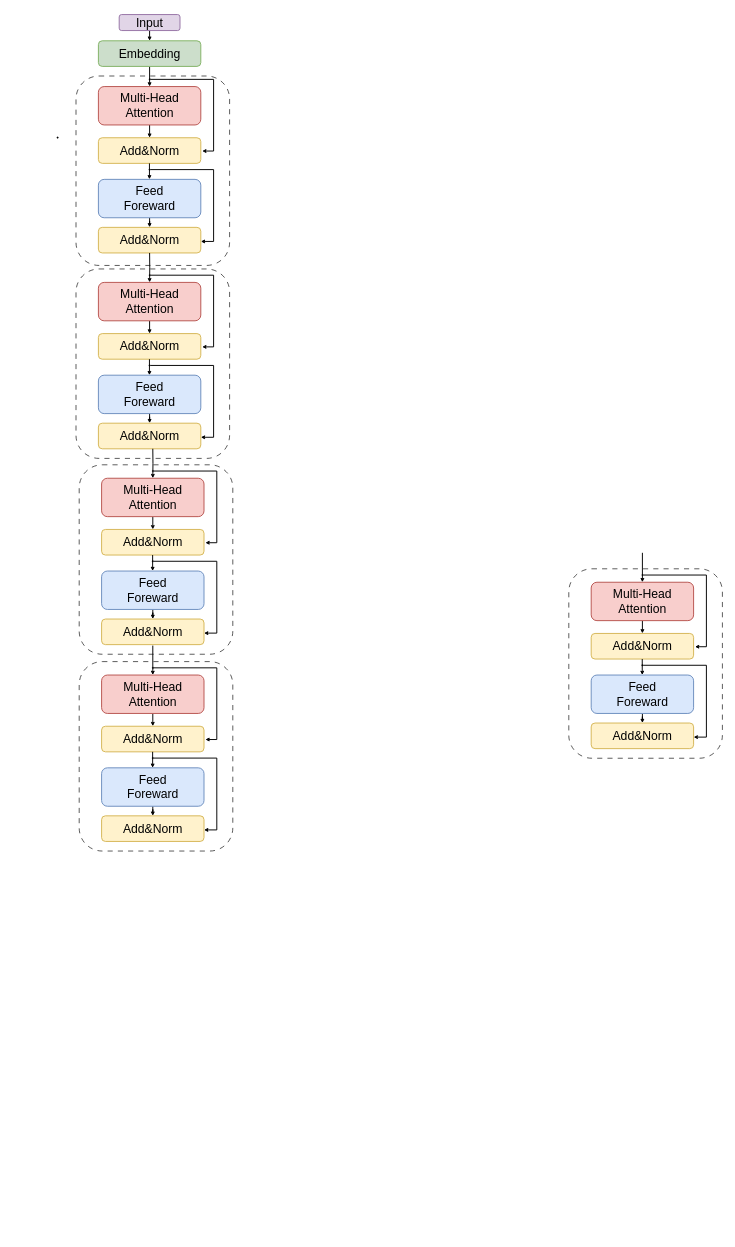
The draw.io diagram trans.drawio in paprika0741/Plot, before the edit. Source tidied: cells renumbered, new cells numbered last; positions are measured from the earlier drawing's top-left corner, leaving out a move shared by most shapes. Both pictures are drawn from the tidied source at 32%, with x=0, y=0 at pixel (5, 5).
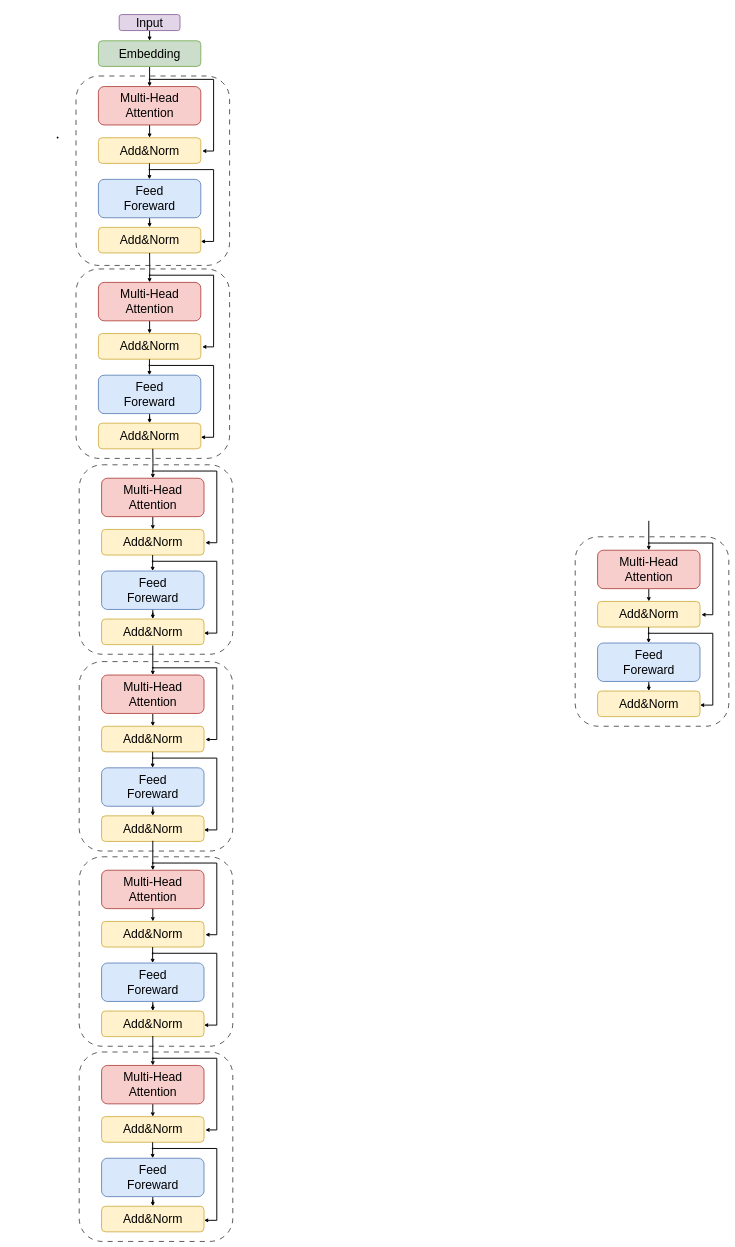
Above is the later version.

Diff of the diagram source:
```diff
@@
     <mxCell id="50" style="group;" parent="1" vertex="1">
-      <mxGeometry x="1760" y="1710" width="480" height="642" as="geometry" />
+      <mxGeometry x="1780" y="1610" width="480" height="642" as="geometry" />
     </mxCell>
@@
+    <mxCell id="82" style="group;" parent="1" vertex="1">
+      <mxGeometry x="230" y="2610" width="480" height="642" as="geometry" />
+    </mxCell>
+    <mxCell id="83" style="group;" parent="82" vertex="1">
+      <mxGeometry y="50" width="480" height="592" as="geometry" />
+    </mxCell>
+    <mxCell id="84" style="rounded=1;whiteSpace=wrap;html=1;fillColor=none;strokeWidth=2;dashed=1;dashPattern=8 8;" parent="83" vertex="1">
+      <mxGeometry width="480" height="592" as="geometry" />
+    </mxCell>
+    <mxCell id="85" style="edgeStyle=orthogonalEdgeStyle;rounded=0;jettySize=auto;html=1;strokeWidth=3;" parent="83" edge="1" source="86" target="87">
+      <mxGeometry relative="1" as="geometry" />
+    </mxCell>
+    <mxCell id="86" value="&lt;div&gt;&lt;font style=&quot;font-size: 38px;&quot;&gt;&lt;br&gt;&lt;/font&gt;&lt;/div&gt;&lt;font style=&quot;font-size: 38px;&quot;&gt;Multi-Head&lt;/font&gt;&lt;div&gt;&lt;span style=&quot;font-size: 38px;&quot;&gt;Attention&lt;br&gt;&lt;/span&gt;&lt;div&gt;&lt;font style=&quot;font-size: 38px;&quot;&gt;&lt;br&gt;&lt;/font&gt;&lt;/div&gt;&lt;/div&gt;" style="rounded=1;whiteSpace=wrap;html=1;fillColor=#f8cecc;strokeColor=#b85450;strokeWidth=3;" parent="83" vertex="1">
+      <mxGeometry x="70" y="42" width="320" height="120" as="geometry" />
+    </mxCell>
+    <mxCell id="87" value="&lt;font style=&quot;font-size: 38px;&quot;&gt;Add&amp;amp;Norm&lt;/font&gt;" style="rounded=1;whiteSpace=wrap;html=1;fillColor=#fff2cc;strokeColor=#d6b656;strokeWidth=3;" parent="83" vertex="1">
+      <mxGeometry x="70" y="202" width="320" height="80" as="geometry" />
+    </mxCell>
+    <mxCell id="88" style="ellipse;whiteSpace=wrap;html=1;fillColor=#000000;" parent="83" vertex="1">
+      <mxGeometry x="228" y="17" width="5" height="5" as="geometry" />
+    </mxCell>
+    <mxCell id="89" style="edgeStyle=orthogonalEdgeStyle;rounded=0;jettySize=auto;html=1;exitX=1;exitY=0.5;exitDx=0;exitDy=0;entryX=1.013;entryY=0.519;entryDx=0;entryDy=0;entryPerimeter=0;strokeWidth=3;" parent="83" edge="1" source="88" target="87">
+      <mxGeometry relative="1" as="geometry">
+        <Array as="points">
+          <mxPoint x="430" y="20" />
+          <mxPoint x="430" y="244" />
+        </Array>
+      </mxGeometry>
+    </mxCell>
+    <mxCell id="90" style="edgeStyle=orthogonalEdgeStyle;rounded=0;jettySize=auto;html=1;strokeWidth=3;" parent="83" edge="1" target="92">
+      <mxGeometry relative="1" as="geometry">
+        <mxPoint x="229.5" y="282" as="sourcePoint" />
+        <Array as="points">
+          <mxPoint x="230" y="282" />
+        </Array>
+      </mxGeometry>
+    </mxCell>
+    <mxCell id="91" style="edgeStyle=orthogonalEdgeStyle;rounded=0;jettySize=auto;html=1;strokeWidth=3;" parent="83" edge="1" source="92" target="95">
+      <mxGeometry relative="1" as="geometry" />
+    </mxCell>
+    <mxCell id="92" value="&lt;div&gt;&lt;font style=&quot;font-size: 38px;&quot;&gt;&lt;br&gt;&lt;/font&gt;&lt;/div&gt;&lt;font style=&quot;font-size: 38px;&quot;&gt;Feed&lt;/font&gt;&lt;div&gt;&lt;span style=&quot;font-size: 38px;&quot;&gt;Foreward&lt;br&gt;&lt;/span&gt;&lt;div&gt;&lt;font style=&quot;font-size: 38px;&quot;&gt;&lt;br&gt;&lt;/font&gt;&lt;/div&gt;&lt;/div&gt;" style="rounded=1;whiteSpace=wrap;html=1;fillColor=#dae8fc;strokeColor=#6c8ebf;strokeWidth=3;points=[[0,0,0,0,0],[0,0.25,0,0,0],[0,0.5,0,0,0],[0,0.75,0,0,0],[0,1,0,0,0],[0.25,0,0,0,0],[0.25,1,0,0,0],[0.5,0,0,0,0],[0.5,1,0,0,0],[0.75,0,0,0,0],[0.75,1,0,0,0],[1,0,0,0,0],[1,0.25,0,0,0],[1,0.5,0,0,0],[1,0.75,0,0,0],[1,1,0,0,0]];" parent="83" vertex="1">
+      <mxGeometry x="70" y="332" width="320" height="120" as="geometry" />
+    </mxCell>
+    <mxCell id="93" style="ellipse;whiteSpace=wrap;html=1;fillColor=#000000;" parent="83" vertex="1">
+      <mxGeometry x="227.5" y="299" width="5" height="5" as="geometry" />
+    </mxCell>
+    <mxCell id="94" style="edgeStyle=orthogonalEdgeStyle;rounded=0;jettySize=auto;html=1;exitX=1;exitY=0.5;exitDx=0;exitDy=0;strokeWidth=3;" parent="83" edge="1" source="93" target="95">
+      <mxGeometry relative="1" as="geometry">
+        <Array as="points">
+          <mxPoint x="430" y="302" />
+          <mxPoint x="430" y="526" />
+        </Array>
+      </mxGeometry>
+    </mxCell>
+    <mxCell id="95" value="&lt;font style=&quot;font-size: 38px;&quot;&gt;Add&amp;amp;Norm&lt;/font&gt;" style="rounded=1;whiteSpace=wrap;html=1;fillColor=#fff2cc;strokeColor=#d6b656;strokeWidth=3;" parent="83" vertex="1">
+      <mxGeometry x="70" y="482" width="320" height="80" as="geometry" />
+    </mxCell>
+    <mxCell id="96" style="edgeStyle=orthogonalEdgeStyle;rounded=0;orthogonalLoop=1;jettySize=auto;html=1;exitX=0.5;exitY=1;exitDx=0;exitDy=0;" parent="83" edge="1" source="92" target="92">
+      <mxGeometry relative="1" as="geometry" />
+    </mxCell>
+    <mxCell id="97" style="edgeStyle=orthogonalEdgeStyle;rounded=0;orthogonalLoop=1;jettySize=auto;html=1;strokeWidth=3;" parent="82" edge="1">
+      <mxGeometry relative="1" as="geometry">
+        <mxPoint x="230" as="sourcePoint" />
+        <mxPoint x="230" y="92" as="targetPoint" />
+      </mxGeometry>
+    </mxCell>
+    <mxCell id="98" style="group;" parent="1" vertex="1">
+      <mxGeometry x="230" y="3220" width="480" height="642" as="geometry" />
+    </mxCell>
+    <mxCell id="99" style="group;" parent="98" vertex="1">
+      <mxGeometry y="50" width="480" height="592" as="geometry" />
+    </mxCell>
+    <mxCell id="100" style="rounded=1;whiteSpace=wrap;html=1;fillColor=none;strokeWidth=2;dashed=1;dashPattern=8 8;" parent="99" vertex="1">
+      <mxGeometry width="480" height="592" as="geometry" />
+    </mxCell>
+    <mxCell id="101" style="edgeStyle=orthogonalEdgeStyle;rounded=0;jettySize=auto;html=1;strokeWidth=3;" parent="99" edge="1" source="102" target="103">
+      <mxGeometry relative="1" as="geometry" />
+    </mxCell>
+    <mxCell id="102" value="&lt;div&gt;&lt;font style=&quot;font-size: 38px;&quot;&gt;&lt;br&gt;&lt;/font&gt;&lt;/div&gt;&lt;font style=&quot;font-size: 38px;&quot;&gt;Multi-Head&lt;/font&gt;&lt;div&gt;&lt;span style=&quot;font-size: 38px;&quot;&gt;Attention&lt;br&gt;&lt;/span&gt;&lt;div&gt;&lt;font style=&quot;font-size: 38px;&quot;&gt;&lt;br&gt;&lt;/font&gt;&lt;/div&gt;&lt;/div&gt;" style="rounded=1;whiteSpace=wrap;html=1;fillColor=#f8cecc;strokeColor=#b85450;strokeWidth=3;" parent="99" vertex="1">
+      <mxGeometry x="70" y="42" width="320" height="120" as="geometry" />
+    </mxCell>
+    <mxCell id="103" value="&lt;font style=&quot;font-size: 38px;&quot;&gt;Add&amp;amp;Norm&lt;/font&gt;" style="rounded=1;whiteSpace=wrap;html=1;fillColor=#fff2cc;strokeColor=#d6b656;strokeWidth=3;" parent="99" vertex="1">
+      <mxGeometry x="70" y="202" width="320" height="80" as="geometry" />
+    </mxCell>
+    <mxCell id="104" style="ellipse;whiteSpace=wrap;html=1;fillColor=#000000;" parent="99" vertex="1">
+      <mxGeometry x="228" y="17" width="5" height="5" as="geometry" />
+    </mxCell>
+    <mxCell id="105" style="edgeStyle=orthogonalEdgeStyle;rounded=0;jettySize=auto;html=1;exitX=1;exitY=0.5;exitDx=0;exitDy=0;entryX=1.013;entryY=0.519;entryDx=0;entryDy=0;entryPerimeter=0;strokeWidth=3;" parent="99" edge="1" source="104" target="103">
+      <mxGeometry relative="1" as="geometry">
+        <Array as="points">
+          <mxPoint x="430" y="20" />
+          <mxPoint x="430" y="244" />
+        </Array>
+      </mxGeometry>
+    </mxCell>
+    <mxCell id="106" style="edgeStyle=orthogonalEdgeStyle;rounded=0;jettySize=auto;html=1;strokeWidth=3;" parent="99" edge="1" target="108">
+      <mxGeometry relative="1" as="geometry">
+        <mxPoint x="229.5" y="282" as="sourcePoint" />
+        <Array as="points">
+          <mxPoint x="230" y="282" />
+        </Array>
+      </mxGeometry>
+    </mxCell>
+    <mxCell id="107" style="edgeStyle=orthogonalEdgeStyle;rounded=0;jettySize=auto;html=1;strokeWidth=3;" parent="99" edge="1" source="108" target="111">
+      <mxGeometry relative="1" as="geometry" />
+    </mxCell>
+    <mxCell id="108" value="&lt;div&gt;&lt;font style=&quot;font-size: 38px;&quot;&gt;&lt;br&gt;&lt;/font&gt;&lt;/div&gt;&lt;font style=&quot;font-size: 38px;&quot;&gt;Feed&lt;/font&gt;&lt;div&gt;&lt;span style=&quot;font-size: 38px;&quot;&gt;Foreward&lt;br&gt;&lt;/span&gt;&lt;div&gt;&lt;font style=&quot;font-size: 38px;&quot;&gt;&lt;br&gt;&lt;/font&gt;&lt;/div&gt;&lt;/div&gt;" style="rounded=1;whiteSpace=wrap;html=1;fillColor=#dae8fc;strokeColor=#6c8ebf;strokeWidth=3;points=[[0,0,0,0,0],[0,0.25,0,0,0],[0,0.5,0,0,0],[0,0.75,0,0,0],[0,1,0,0,0],[0.25,0,0,0,0],[0.25,1,0,0,0],[0.5,0,0,0,0],[0.5,1,0,0,0],[0.75,0,0,0,0],[0.75,1,0,0,0],[1,0,0,0,0],[1,0.25,0,0,0],[1,0.5,0,0,0],[1,0.75,0,0,0],[1,1,0,0,0]];" parent="99" vertex="1">
+      <mxGeometry x="70" y="332" width="320" height="120" as="geometry" />
+    </mxCell>
+    <mxCell id="109" style="ellipse;whiteSpace=wrap;html=1;fillColor=#000000;" parent="99" vertex="1">
+      <mxGeometry x="227.5" y="299" width="5" height="5" as="geometry" />
+    </mxCell>
+    <mxCell id="110" style="edgeStyle=orthogonalEdgeStyle;rounded=0;jettySize=auto;html=1;exitX=1;exitY=0.5;exitDx=0;exitDy=0;strokeWidth=3;" parent="99" edge="1" source="109" target="111">
+      <mxGeometry relative="1" as="geometry">
+        <Array as="points">
+          <mxPoint x="430" y="302" />
+          <mxPoint x="430" y="526" />
+        </Array>
+      </mxGeometry>
+    </mxCell>
+    <mxCell id="111" value="&lt;font style=&quot;font-size: 38px;&quot;&gt;Add&amp;amp;Norm&lt;/font&gt;" style="rounded=1;whiteSpace=wrap;html=1;fillColor=#fff2cc;strokeColor=#d6b656;strokeWidth=3;" parent="99" vertex="1">
+      <mxGeometry x="70" y="482" width="320" height="80" as="geometry" />
+    </mxCell>
+    <mxCell id="112" style="edgeStyle=orthogonalEdgeStyle;rounded=0;orthogonalLoop=1;jettySize=auto;html=1;exitX=0.5;exitY=1;exitDx=0;exitDy=0;" parent="99" edge="1" source="108" target="108">
+      <mxGeometry relative="1" as="geometry" />
+    </mxCell>
+    <mxCell id="113" style="edgeStyle=orthogonalEdgeStyle;rounded=0;orthogonalLoop=1;jettySize=auto;html=1;strokeWidth=3;" parent="98" edge="1">
+      <mxGeometry relative="1" as="geometry">
+        <mxPoint x="230" as="sourcePoint" />
+        <mxPoint x="230" y="92" as="targetPoint" />
+      </mxGeometry>
+    </mxCell>
```
